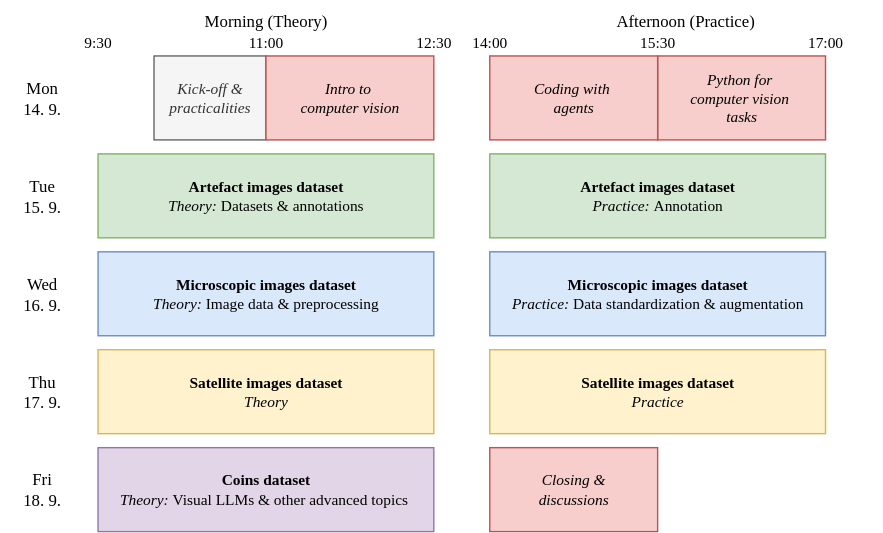
The draw.io diagram figs/programme.svg in ARUP-CAS/atrium-school-ml, before a commit. Source tidied: cells renumbered, new cells last; positions are measured from the earlier drawing's top-left corner, leaving out a move shared by most shapes.
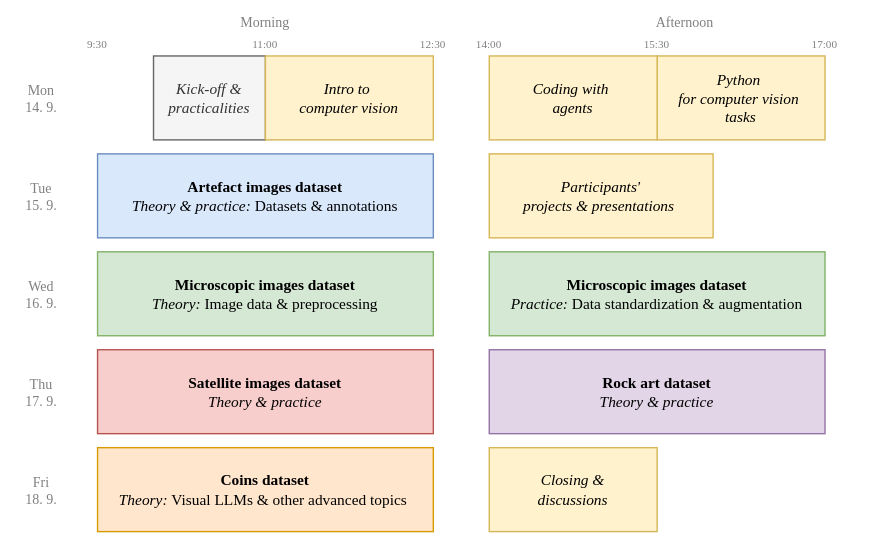
The same diagram one commit later.

Commit message:
Update programme and infos

The edit, as a diff of the source:
```diff
@@ -2,80 +2,80 @@
   <root>
     <mxCell id="0" />
     <mxCell id="1" parent="0" />
-    <mxCell id="2" value="Tue&lt;br&gt;15. 9." style="text;html=1;strokeColor=none;fillColor=none;align=center;verticalAlign=middle;whiteSpace=wrap;rounded=0;fontStyle=0;fontFamily=Alegreya sans;fontSize=12;fontSource=https%3A%2F%2Ffonts.googleapis.com%2Fcss%3Ffamily%3DAlegreya%2Bsans;" parent="1" vertex="1">
+    <mxCell id="2" value="Tue&lt;br style=&quot;font-size: 10px;&quot;&gt;15. 9." style="text;html=1;strokeColor=none;fillColor=none;align=center;verticalAlign=middle;whiteSpace=wrap;rounded=0;fontStyle=0;fontFamily=Alegreya sans;fontSize=10;fontSource=https%3A%2F%2Ffonts.googleapis.com%2Fcss%3Ffamily%3DAlegreya%2Bsans;fontColor=#808080;" parent="1" vertex="1">
       <mxGeometry y="110" width="60" height="60" as="geometry" />
     </mxCell>
-    <mxCell id="3" value="Mon&lt;br&gt;14. 9." style="text;html=1;strokeColor=none;fillColor=none;align=center;verticalAlign=middle;whiteSpace=wrap;rounded=0;fontStyle=0;fontFamily=Alegreya sans;fontSize=12;fontSource=https%3A%2F%2Ffonts.googleapis.com%2Fcss%3Ffamily%3DAlegreya%2Bsans;" parent="1" vertex="1">
+    <mxCell id="3" value="Mon&lt;br style=&quot;font-size: 10px;&quot;&gt;14. 9." style="text;html=1;strokeColor=none;fillColor=none;align=center;verticalAlign=middle;whiteSpace=wrap;rounded=0;fontStyle=0;fontFamily=Alegreya sans;fontSize=10;fontSource=https%3A%2F%2Ffonts.googleapis.com%2Fcss%3Ffamily%3DAlegreya%2Bsans;fontColor=#808080;" parent="1" vertex="1">
       <mxGeometry y="40" width="60" height="60" as="geometry" />
     </mxCell>
-    <mxCell id="4" value="Wed&lt;br&gt;16. 9." style="text;html=1;strokeColor=none;fillColor=none;align=center;verticalAlign=middle;whiteSpace=wrap;rounded=0;fontStyle=0;fontFamily=Alegreya sans;fontSize=12;fontSource=https%3A%2F%2Ffonts.googleapis.com%2Fcss%3Ffamily%3DAlegreya%2Bsans;" parent="1" vertex="1">
+    <mxCell id="4" value="Wed&lt;br style=&quot;font-size: 10px;&quot;&gt;16. 9." style="text;html=1;strokeColor=none;fillColor=none;align=center;verticalAlign=middle;whiteSpace=wrap;rounded=0;fontStyle=0;fontFamily=Alegreya sans;fontSize=10;fontSource=https%3A%2F%2Ffonts.googleapis.com%2Fcss%3Ffamily%3DAlegreya%2Bsans;fontColor=#808080;" parent="1" vertex="1">
       <mxGeometry y="180" width="60" height="60" as="geometry" />
     </mxCell>
-    <mxCell id="5" value="Thu&lt;br&gt;17. 9." style="text;html=1;strokeColor=none;fillColor=none;align=center;verticalAlign=middle;whiteSpace=wrap;rounded=0;fontStyle=0;fontFamily=Alegreya sans;fontSize=12;fontSource=https%3A%2F%2Ffonts.googleapis.com%2Fcss%3Ffamily%3DAlegreya%2Bsans;" parent="1" vertex="1">
+    <mxCell id="5" value="Thu&lt;br style=&quot;font-size: 10px;&quot;&gt;17. 9." style="text;html=1;strokeColor=none;fillColor=none;align=center;verticalAlign=middle;whiteSpace=wrap;rounded=0;fontStyle=0;fontFamily=Alegreya sans;fontSize=10;fontSource=https%3A%2F%2Ffonts.googleapis.com%2Fcss%3Ffamily%3DAlegreya%2Bsans;fontColor=#808080;" parent="1" vertex="1">
       <mxGeometry y="250" width="60" height="60" as="geometry" />
     </mxCell>
-    <mxCell id="6" value="Fri&lt;br&gt;18. 9." style="text;html=1;strokeColor=none;fillColor=none;align=center;verticalAlign=middle;whiteSpace=wrap;rounded=0;fontStyle=0;fontFamily=Alegreya sans;fontSize=12;fontSource=https%3A%2F%2Ffonts.googleapis.com%2Fcss%3Ffamily%3DAlegreya%2Bsans;" parent="1" vertex="1">
+    <mxCell id="6" value="Fri&lt;br style=&quot;font-size: 10px;&quot;&gt;18. 9." style="text;html=1;strokeColor=none;fillColor=none;align=center;verticalAlign=middle;whiteSpace=wrap;rounded=0;fontStyle=0;fontFamily=Alegreya sans;fontSize=10;fontSource=https%3A%2F%2Ffonts.googleapis.com%2Fcss%3Ffamily%3DAlegreya%2Bsans;fontColor=#808080;" parent="1" vertex="1">
       <mxGeometry y="320" width="60" height="60" as="geometry" />
     </mxCell>
-    <mxCell id="7" value="Morning (Theory)" style="text;html=1;strokeColor=none;fillColor=none;align=center;verticalAlign=middle;whiteSpace=wrap;rounded=0;fontFamily=Alegreya sans;fontStyle=0;fontSize=12;fontSource=https%3A%2F%2Ffonts.googleapis.com%2Fcss%3Ffamily%3DAlegreya%2Bsans;" parent="1" vertex="1">
+    <mxCell id="7" value="Morning" style="text;html=1;strokeColor=none;fillColor=none;align=center;verticalAlign=middle;whiteSpace=wrap;rounded=0;fontFamily=Alegreya sans;fontStyle=0;fontSize=10;fontSource=https%3A%2F%2Ffonts.googleapis.com%2Fcss%3Ffamily%3DAlegreya%2Bsans;fontColor=#808080;" parent="1" vertex="1">
       <mxGeometry x="70" width="240" height="30" as="geometry" />
     </mxCell>
-    <mxCell id="8" value="Afternoon (Practice)" style="text;html=1;strokeColor=none;fillColor=none;align=center;verticalAlign=middle;whiteSpace=wrap;rounded=0;fontFamily=Alegreya sans;fontSize=12;fontSource=https%3A%2F%2Ffonts.googleapis.com%2Fcss%3Ffamily%3DAlegreya%2Bsans;" parent="1" vertex="1">
+    <mxCell id="8" value="Afternoon" style="text;html=1;strokeColor=none;fillColor=none;align=center;verticalAlign=middle;whiteSpace=wrap;rounded=0;fontFamily=Alegreya sans;fontSize=10;fontSource=https%3A%2F%2Ffonts.googleapis.com%2Fcss%3Ffamily%3DAlegreya%2Bsans;fontColor=#808080;" parent="1" vertex="1">
       <mxGeometry x="350" width="280" height="30" as="geometry" />
     </mxCell>
     <mxCell id="9" value="Kick-off &amp;amp; practicalities" style="rounded=0;whiteSpace=wrap;html=1;fillColor=#f5f5f5;strokeColor=#666666;fontFamily=Alegreya sans;fontSize=11;fontColor=#333333;fontSource=https%3A%2F%2Ffonts.googleapis.com%2Fcss%3Ffamily%3DAlegreya%2Bsans;fontStyle=2;" parent="1" vertex="1">
       <mxGeometry x="110" y="40" width="80" height="60" as="geometry" />
     </mxCell>
-    <mxCell id="10" value="Closing &amp;amp;&lt;br&gt;discussions" style="rounded=0;whiteSpace=wrap;html=1;fontFamily=Alegreya sans;fontSize=11;fillColor=#f8cecc;strokeColor=#b85450;fontSource=https%3A%2F%2Ffonts.googleapis.com%2Fcss%3Ffamily%3DAlegreya%2Bsans;fontStyle=2;" parent="1" vertex="1">
+    <mxCell id="10" value="Closing &amp;amp;&lt;br&gt;discussions" style="rounded=0;whiteSpace=wrap;html=1;fontFamily=Alegreya sans;fontSize=11;fillColor=#fff2cc;strokeColor=#d6b656;fontSource=https%3A%2F%2Ffonts.googleapis.com%2Fcss%3Ffamily%3DAlegreya%2Bsans;fontStyle=2;" parent="1" vertex="1">
       <mxGeometry x="350" y="320" width="120" height="60" as="geometry" />
     </mxCell>
-    <mxCell id="11" value="&lt;font&gt;9:30&lt;/font&gt;" style="text;html=1;strokeColor=none;fillColor=none;align=center;verticalAlign=middle;whiteSpace=wrap;rounded=0;fontFamily=Alegreya sans;fontSource=https%3A%2F%2Ffonts.googleapis.com%2Fcss%3Ffamily%3DAlegreya%2Bsans;fontSize=11;" parent="1" vertex="1">
+    <mxCell id="11" value="&lt;font style=&quot;font-size: 8px;&quot;&gt;9:30&lt;/font&gt;" style="text;html=1;strokeColor=none;fillColor=none;align=center;verticalAlign=middle;whiteSpace=wrap;rounded=0;fontFamily=Alegreya sans;fontSource=https%3A%2F%2Ffonts.googleapis.com%2Fcss%3Ffamily%3DAlegreya%2Bsans;fontColor=#808080;" parent="1" vertex="1">
       <mxGeometry x="50" y="20" width="40" height="20" as="geometry" />
     </mxCell>
-    <mxCell id="12" value="&lt;font&gt;14:00&lt;/font&gt;" style="text;html=1;strokeColor=none;fillColor=none;align=center;verticalAlign=middle;whiteSpace=wrap;rounded=0;fontFamily=Alegreya sans;fontSource=https%3A%2F%2Ffonts.googleapis.com%2Fcss%3Ffamily%3DAlegreya%2Bsans;fontSize=11;" parent="1" vertex="1">
+    <mxCell id="12" value="&lt;font style=&quot;font-size: 8px;&quot;&gt;14:00&lt;/font&gt;" style="text;html=1;strokeColor=none;fillColor=none;align=center;verticalAlign=middle;whiteSpace=wrap;rounded=0;fontFamily=Alegreya sans;fontSource=https%3A%2F%2Ffonts.googleapis.com%2Fcss%3Ffamily%3DAlegreya%2Bsans;fontColor=#808080;" parent="1" vertex="1">
       <mxGeometry x="330" y="20" width="40" height="20" as="geometry" />
     </mxCell>
-    <mxCell id="13" value="&lt;font&gt;12:30&lt;/font&gt;" style="text;html=1;strokeColor=none;fillColor=none;align=center;verticalAlign=middle;whiteSpace=wrap;rounded=0;fontFamily=Alegreya sans;fontSource=https%3A%2F%2Ffonts.googleapis.com%2Fcss%3Ffamily%3DAlegreya%2Bsans;fontSize=11;" parent="1" vertex="1">
+    <mxCell id="13" value="&lt;font style=&quot;font-size: 8px;&quot;&gt;12:30&lt;/font&gt;" style="text;html=1;strokeColor=none;fillColor=none;align=center;verticalAlign=middle;whiteSpace=wrap;rounded=0;fontFamily=Alegreya sans;fontSource=https%3A%2F%2Ffonts.googleapis.com%2Fcss%3Ffamily%3DAlegreya%2Bsans;fontColor=#808080;" parent="1" vertex="1">
       <mxGeometry x="290" y="20" width="40" height="20" as="geometry" />
     </mxCell>
-    <mxCell id="14" value="&lt;font&gt;11:00&lt;/font&gt;" style="text;html=1;strokeColor=none;fillColor=none;align=center;verticalAlign=middle;whiteSpace=wrap;rounded=0;fontFamily=Alegreya sans;fontSource=https%3A%2F%2Ffonts.googleapis.com%2Fcss%3Ffamily%3DAlegreya%2Bsans;fontSize=11;" parent="1" vertex="1">
+    <mxCell id="14" value="&lt;font style=&quot;font-size: 8px;&quot;&gt;11:00&lt;/font&gt;" style="text;html=1;strokeColor=none;fillColor=none;align=center;verticalAlign=middle;whiteSpace=wrap;rounded=0;fontFamily=Alegreya sans;fontSource=https%3A%2F%2Ffonts.googleapis.com%2Fcss%3Ffamily%3DAlegreya%2Bsans;fontColor=#808080;" parent="1" vertex="1">
       <mxGeometry x="170" y="20" width="40" height="20" as="geometry" />
     </mxCell>
-    <mxCell id="15" value="&lt;font&gt;15:30&lt;/font&gt;" style="text;html=1;strokeColor=none;fillColor=none;align=center;verticalAlign=middle;whiteSpace=wrap;rounded=0;fontFamily=Alegreya sans;fontSource=https%3A%2F%2Ffonts.googleapis.com%2Fcss%3Ffamily%3DAlegreya%2Bsans;fontSize=11;" parent="1" vertex="1">
+    <mxCell id="15" value="&lt;font style=&quot;font-size: 8px;&quot;&gt;15:30&lt;/font&gt;" style="text;html=1;strokeColor=none;fillColor=none;align=center;verticalAlign=middle;whiteSpace=wrap;rounded=0;fontFamily=Alegreya sans;fontSource=https%3A%2F%2Ffonts.googleapis.com%2Fcss%3Ffamily%3DAlegreya%2Bsans;fontColor=#808080;" parent="1" vertex="1">
       <mxGeometry x="450" y="20" width="40" height="20" as="geometry" />
     </mxCell>
-    <mxCell id="16" value="&lt;font&gt;17:00&lt;/font&gt;" style="text;html=1;strokeColor=none;fillColor=none;align=center;verticalAlign=middle;whiteSpace=wrap;rounded=0;fontFamily=Alegreya sans;fontSource=https%3A%2F%2Ffonts.googleapis.com%2Fcss%3Ffamily%3DAlegreya%2Bsans;fontSize=11;" parent="1" vertex="1">
+    <mxCell id="16" value="&lt;font style=&quot;font-size: 8px;&quot;&gt;17:00&lt;/font&gt;" style="text;html=1;strokeColor=none;fillColor=none;align=center;verticalAlign=middle;whiteSpace=wrap;rounded=0;fontFamily=Alegreya sans;fontSource=https%3A%2F%2Ffonts.googleapis.com%2Fcss%3Ffamily%3DAlegreya%2Bsans;fontColor=#808080;" parent="1" vertex="1">
       <mxGeometry x="570" y="20" width="40" height="20" as="geometry" />
     </mxCell>
-    <mxCell id="17" value="&lt;b&gt;Artefact images dataset&lt;br&gt;&lt;/b&gt;&lt;i&gt;Practice: &lt;/i&gt;Annotation" style="rounded=0;whiteSpace=wrap;html=1;fillColor=#d5e8d4;strokeColor=#82b366;fontFamily=Alegreya sans;fontSize=11;fontSource=https%3A%2F%2Ffonts.googleapis.com%2Fcss%3Ffamily%3DAlegreya%2Bsans;" parent="1" vertex="1">
-      <mxGeometry x="350" y="110" width="240" height="60" as="geometry" />
-    </mxCell>
-    <mxCell id="18" value="Python for&amp;nbsp;&lt;br&gt;computer vision&amp;nbsp;&lt;br&gt;tasks" style="rounded=0;whiteSpace=wrap;html=1;fillColor=#f8cecc;strokeColor=#b85450;fontFamily=Alegreya sans;fontSize=11;fontSource=https%3A%2F%2Ffonts.googleapis.com%2Fcss%3Ffamily%3DAlegreya%2Bsans;fontStyle=2;" parent="1" vertex="1">
+    <mxCell id="18" value="Python&amp;nbsp;&lt;br&gt;for&amp;nbsp;computer vision&amp;nbsp;&lt;br&gt;tasks" style="rounded=0;whiteSpace=wrap;html=1;fillColor=#fff2cc;strokeColor=#d6b656;fontFamily=Alegreya sans;fontSize=11;fontSource=https%3A%2F%2Ffonts.googleapis.com%2Fcss%3Ffamily%3DAlegreya%2Bsans;fontStyle=2;" parent="1" vertex="1">
       <mxGeometry x="470" y="40" width="120" height="60" as="geometry" />
     </mxCell>
-    <mxCell id="19" value="&lt;b&gt;Coins dataset&lt;br&gt;&lt;/b&gt;&lt;i&gt;Theory:&lt;/i&gt;&lt;b&gt;&amp;nbsp;&lt;/b&gt;Visual LLMs &amp;amp; other advanced topics&amp;nbsp;" style="rounded=0;whiteSpace=wrap;html=1;fontFamily=Alegreya sans;fontSize=11;fillColor=#e1d5e7;strokeColor=#9673a6;fontSource=https%3A%2F%2Ffonts.googleapis.com%2Fcss%3Ffamily%3DAlegreya%2Bsans;" parent="1" vertex="1">
+    <mxCell id="19" value="&lt;b&gt;Coins dataset&lt;br&gt;&lt;/b&gt;&lt;i&gt;Theory:&lt;/i&gt;&lt;b&gt;&amp;nbsp;&lt;/b&gt;Visual LLMs &amp;amp; other advanced topics&amp;nbsp;" style="rounded=0;whiteSpace=wrap;html=1;fontFamily=Alegreya sans;fontSize=11;fillColor=#ffe6cc;strokeColor=#d79b00;fontSource=https%3A%2F%2Ffonts.googleapis.com%2Fcss%3Ffamily%3DAlegreya%2Bsans;" parent="1" vertex="1">
       <mxGeometry x="70" y="320" width="240" height="60" as="geometry" />
     </mxCell>
-    <mxCell id="20" value="&lt;b&gt;Microscopic images dataset&lt;br&gt;&lt;/b&gt;&lt;i&gt;Theory:&lt;/i&gt; Image data &amp;amp; preprocessing" style="rounded=0;whiteSpace=wrap;html=1;fillColor=#dae8fc;strokeColor=#6c8ebf;fontFamily=Alegreya sans;fontSize=11;fontSource=https%3A%2F%2Ffonts.googleapis.com%2Fcss%3Ffamily%3DAlegreya%2Bsans;" parent="1" vertex="1">
+    <mxCell id="20" value="&lt;b&gt;Microscopic images dataset&lt;br&gt;&lt;/b&gt;&lt;i&gt;Theory:&lt;/i&gt; Image data &amp;amp; preprocessing" style="rounded=0;whiteSpace=wrap;html=1;fillColor=#d5e8d4;strokeColor=#82b366;fontFamily=Alegreya sans;fontSize=11;fontSource=https%3A%2F%2Ffonts.googleapis.com%2Fcss%3Ffamily%3DAlegreya%2Bsans;" parent="1" vertex="1">
       <mxGeometry x="70" y="180" width="240" height="60" as="geometry" />
     </mxCell>
-    <mxCell id="21" value="&lt;b&gt;Artefact images dataset&lt;/b&gt;&lt;br&gt;&lt;i&gt;Theory:&lt;/i&gt; Datasets &amp;amp; annotations" style="rounded=0;whiteSpace=wrap;html=1;fillColor=#d5e8d4;strokeColor=#82b366;fontFamily=Alegreya sans;fontSize=11;fontSource=https%3A%2F%2Ffonts.googleapis.com%2Fcss%3Ffamily%3DAlegreya%2Bsans;" parent="1" vertex="1">
+    <mxCell id="21" value="&lt;b&gt;Artefact images dataset&lt;/b&gt;&lt;br&gt;&lt;i&gt;Theory &amp;amp; practice:&lt;/i&gt; Datasets &amp;amp; annotations" style="rounded=0;whiteSpace=wrap;html=1;fillColor=#dae8fc;strokeColor=#6c8ebf;fontFamily=Alegreya sans;fontSize=11;fontSource=https%3A%2F%2Ffonts.googleapis.com%2Fcss%3Ffamily%3DAlegreya%2Bsans;" parent="1" vertex="1">
       <mxGeometry x="70" y="110" width="240" height="60" as="geometry" />
     </mxCell>
-    <mxCell id="22" value="&lt;b&gt;Satellite images dataset&lt;br&gt;&lt;/b&gt;&lt;i&gt;Theory&lt;/i&gt;" style="rounded=0;whiteSpace=wrap;html=1;fontFamily=Alegreya sans;fontSize=11;fillColor=#fff2cc;strokeColor=#d6b656;fontSource=https%3A%2F%2Ffonts.googleapis.com%2Fcss%3Ffamily%3DAlegreya%2Bsans;" parent="1" vertex="1">
+    <mxCell id="22" value="&lt;b&gt;Satellite images dataset&lt;br&gt;&lt;/b&gt;&lt;i&gt;Theory &amp;amp; practice&lt;/i&gt;" style="rounded=0;whiteSpace=wrap;html=1;fontFamily=Alegreya sans;fontSize=11;fillColor=#f8cecc;strokeColor=#b85450;fontSource=https%3A%2F%2Ffonts.googleapis.com%2Fcss%3Ffamily%3DAlegreya%2Bsans;" parent="1" vertex="1">
       <mxGeometry x="70" y="250" width="240" height="60" as="geometry" />
     </mxCell>
-    <mxCell id="23" value="Coding with&amp;nbsp;&lt;br&gt;agents" style="rounded=0;whiteSpace=wrap;html=1;fillColor=#f8cecc;strokeColor=#b85450;fontFamily=Alegreya sans;fontSize=11;fontSource=https%3A%2F%2Ffonts.googleapis.com%2Fcss%3Ffamily%3DAlegreya%2Bsans;fontStyle=2;" parent="1" vertex="1">
+    <mxCell id="23" value="Coding with&amp;nbsp;&lt;br&gt;agents" style="rounded=0;whiteSpace=wrap;html=1;fillColor=#fff2cc;strokeColor=#d6b656;fontFamily=Alegreya sans;fontSize=11;fontSource=https%3A%2F%2Ffonts.googleapis.com%2Fcss%3Ffamily%3DAlegreya%2Bsans;fontStyle=2;" parent="1" vertex="1">
       <mxGeometry x="350" y="40" width="120" height="60" as="geometry" />
     </mxCell>
-    <mxCell id="24" value="&lt;div&gt;Intro to&amp;nbsp;&lt;/div&gt;&lt;div&gt;computer vision&lt;/div&gt;" style="rounded=0;whiteSpace=wrap;html=1;fillColor=#f8cecc;strokeColor=#b85450;fontFamily=Alegreya sans;fontSize=11;fontSource=https%3A%2F%2Ffonts.googleapis.com%2Fcss%3Ffamily%3DAlegreya%2Bsans;fontStyle=2;" parent="1" vertex="1">
+    <mxCell id="24" value="&lt;div&gt;Intro to&amp;nbsp;&lt;/div&gt;&lt;div&gt;computer vision&lt;/div&gt;" style="rounded=0;whiteSpace=wrap;html=1;fillColor=#fff2cc;strokeColor=#d6b656;fontFamily=Alegreya sans;fontSize=11;fontSource=https%3A%2F%2Ffonts.googleapis.com%2Fcss%3Ffamily%3DAlegreya%2Bsans;fontStyle=2;" parent="1" vertex="1">
       <mxGeometry x="190" y="40" width="120" height="60" as="geometry" />
     </mxCell>
-    <mxCell id="25" value="&lt;b&gt;Microscopic images dataset&lt;br&gt;&lt;/b&gt;&lt;i&gt;Practice:&lt;/i&gt;&amp;nbsp;Data standardization &amp;amp; augmentation" style="rounded=0;whiteSpace=wrap;html=1;fillColor=#dae8fc;strokeColor=#6c8ebf;fontFamily=Alegreya sans;fontSize=11;fontSource=https%3A%2F%2Ffonts.googleapis.com%2Fcss%3Ffamily%3DAlegreya%2Bsans;" parent="1" vertex="1">
+    <mxCell id="25" value="&lt;b&gt;Microscopic images dataset&lt;br&gt;&lt;/b&gt;&lt;i&gt;Practice:&lt;/i&gt;&amp;nbsp;Data standardization &amp;amp; augmentation" style="rounded=0;whiteSpace=wrap;html=1;fillColor=#d5e8d4;strokeColor=#82b366;fontFamily=Alegreya sans;fontSize=11;fontSource=https%3A%2F%2Ffonts.googleapis.com%2Fcss%3Ffamily%3DAlegreya%2Bsans;" parent="1" vertex="1">
       <mxGeometry x="350" y="180" width="240" height="60" as="geometry" />
     </mxCell>
-    <mxCell id="26" value="&lt;b&gt;Satellite images dataset&lt;br&gt;&lt;/b&gt;&lt;i&gt;Practice&lt;/i&gt;" style="rounded=0;whiteSpace=wrap;html=1;fontFamily=Alegreya sans;fontSize=11;fillColor=#fff2cc;strokeColor=#d6b656;fontSource=https%3A%2F%2Ffonts.googleapis.com%2Fcss%3Ffamily%3DAlegreya%2Bsans;" parent="1" vertex="1">
+    <mxCell id="26" value="&lt;b&gt;Rock art dataset&lt;br&gt;&lt;/b&gt;&lt;i&gt;Theory &amp;amp; practice&lt;/i&gt;" style="rounded=0;whiteSpace=wrap;html=1;fontFamily=Alegreya sans;fontSize=11;fillColor=#e1d5e7;strokeColor=#9673a6;fontSource=https%3A%2F%2Ffonts.googleapis.com%2Fcss%3Ffamily%3DAlegreya%2Bsans;" parent="1" vertex="1">
       <mxGeometry x="350" y="250" width="240" height="60" as="geometry" />
     </mxCell>
+    <mxCell id="27" value="&lt;div&gt;Participants'&lt;br&gt;projects &amp;amp; presentations&amp;nbsp;&lt;/div&gt;" style="rounded=0;whiteSpace=wrap;html=1;fillColor=#fff2cc;strokeColor=#d6b656;fontFamily=Alegreya sans;fontSize=11;fontSource=https://fonts.googleapis.com/css?family=Alegreya+sans;fontStyle=2;" parent="1" vertex="1">
+      <mxGeometry x="350" y="110" width="160" height="60" as="geometry" />
+    </mxCell>
   </root>
 </mxGraphModel>
```
